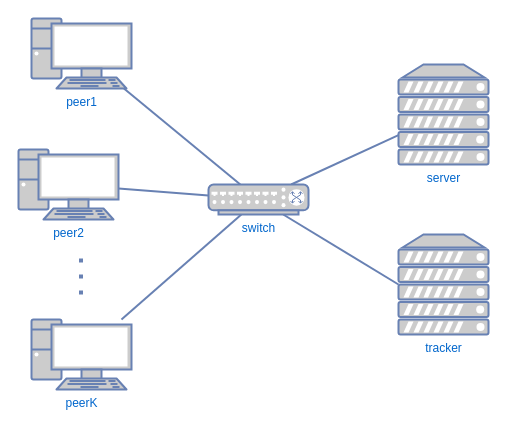
nan-af/sproj keeps this draw.io diagram as SingleSwitchTopology.drawio. Above is the earlier version. Source tidied: cells renumbered, new cells numbered last; positions are measured from the earlier drawing's top-left corner, leaving out a move shared by most shapes. Both pictures are drawn from the tidied source at 100%, with x=0, y=0 at pixel (18, 18).
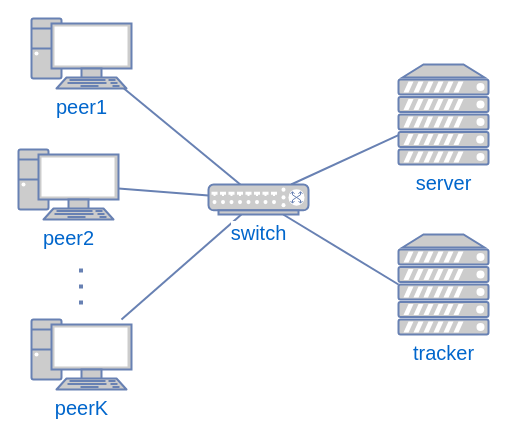
The same page after the edit.

Commit message:
Increase font size

Change to the diagram source:
```diff
@@
 <mxGraphModel>
   <root>
     <mxCell id="0" />
     <mxCell id="1" parent="0" />
-    <mxCell id="2" value="server" style="fontColor=#0066CC;verticalAlign=top;verticalLabelPosition=bottom;labelPosition=center;align=center;html=1;fillColor=#CCCCCC;strokeColor=#6881B3;gradientColor=none;gradientDirection=north;strokeWidth=2;shape=mxgraph.networks.server;rounded=1;shadow=0;comic=0;labelBackgroundColor=#ffffff;" parent="1" vertex="1">
+    <mxCell id="2" value="&lt;font style=&quot;font-size: 20px;&quot;&gt;server&lt;/font&gt;" style="fontColor=#0066CC;verticalAlign=top;verticalLabelPosition=bottom;labelPosition=center;align=center;html=1;fillColor=#CCCCCC;strokeColor=#6881B3;gradientColor=none;gradientDirection=north;strokeWidth=2;shape=mxgraph.networks.server;rounded=1;shadow=0;comic=0;labelBackgroundColor=#ffffff;" parent="1" vertex="1">
       <mxGeometry x="380" y="46" width="90" height="100" as="geometry" />
     </mxCell>
     <mxCell id="3" style="edgeStyle=none;html=1;labelBackgroundColor=none;endArrow=none;strokeWidth=2;fontFamily=Verdana;fontSize=28;fontColor=#0066CC;rounded=0;strokeColor=#6881B3;" parent="1" edge="1" source="8" target="9">
       <mxGeometry relative="1" as="geometry" />
     </mxCell>
     <mxCell id="4" style="edgeStyle=none;html=1;labelBackgroundColor=none;endArrow=none;strokeWidth=2;fontFamily=Verdana;fontSize=28;fontColor=#0066CC;rounded=0;strokeColor=#6881B3;" parent="1" edge="1" source="8" target="10">
       <mxGeometry relative="1" as="geometry" />
     </mxCell>
     <mxCell id="5" style="edgeStyle=none;html=1;labelBackgroundColor=none;endArrow=none;strokeWidth=2;fontFamily=Verdana;fontSize=28;fontColor=#0066CC;rounded=0;strokeColor=#6881B3;entryX=0;entryY=0.5;entryDx=0;entryDy=0;entryPerimeter=0;" parent="1" edge="1" source="8" target="12">
       <mxGeometry relative="1" as="geometry" />
     </mxCell>
     <mxCell id="6" style="edgeStyle=none;html=1;labelBackgroundColor=none;endArrow=none;strokeWidth=2;fontFamily=Verdana;fontSize=28;fontColor=#0066CC;rounded=0;strokeColor=#6881B3;" parent="1" edge="1" source="8" target="11">
       <mxGeometry relative="1" as="geometry" />
     </mxCell>
     <mxCell id="7" style="edgeStyle=none;html=1;labelBackgroundColor=none;endArrow=none;strokeWidth=2;fontFamily=Verdana;fontSize=28;fontColor=#0066CC;rounded=0;strokeColor=#6881B3;" parent="1" edge="1" source="8" target="2">
       <mxGeometry relative="1" as="geometry" />
     </mxCell>
-    <mxCell id="8" value="switch" style="fontColor=#0066CC;verticalAlign=top;verticalLabelPosition=bottom;labelPosition=center;align=center;html=1;fillColor=#CCCCCC;strokeColor=#6881B3;gradientColor=none;gradientDirection=north;strokeWidth=2;shape=mxgraph.networks.switch;rounded=1;shadow=0;comic=0;labelBackgroundColor=#ffffff;" parent="1" vertex="1">
+    <mxCell id="8" value="&lt;font style=&quot;font-size: 20px;&quot;&gt;switch&lt;/font&gt;" style="fontColor=#0066CC;verticalAlign=top;verticalLabelPosition=bottom;labelPosition=center;align=center;html=1;fillColor=#CCCCCC;strokeColor=#6881B3;gradientColor=none;gradientDirection=north;strokeWidth=2;shape=mxgraph.networks.switch;rounded=1;shadow=0;comic=0;labelBackgroundColor=#ffffff;" parent="1" vertex="1">
       <mxGeometry x="190" y="166" width="100" height="30" as="geometry" />
     </mxCell>
-    <mxCell id="9" value="peer1" style="fontColor=#0066CC;verticalAlign=top;verticalLabelPosition=bottom;labelPosition=center;align=center;html=1;fillColor=#CCCCCC;strokeColor=#6881B3;gradientColor=none;gradientDirection=north;strokeWidth=2;shape=mxgraph.networks.pc;rounded=1;shadow=0;comic=0;labelBackgroundColor=#ffffff;" parent="1" vertex="1">
+    <mxCell id="9" value="&lt;font style=&quot;font-size: 20px;&quot;&gt;peer1&lt;/font&gt;" style="fontColor=#0066CC;verticalAlign=top;verticalLabelPosition=bottom;labelPosition=center;align=center;html=1;fillColor=#CCCCCC;strokeColor=#6881B3;gradientColor=none;gradientDirection=north;strokeWidth=2;shape=mxgraph.networks.pc;rounded=1;shadow=0;comic=0;labelBackgroundColor=#ffffff;" parent="1" vertex="1">
       <mxGeometry x="13" width="100" height="70" as="geometry" />
     </mxCell>
-    <mxCell id="10" value="peerK" style="fontColor=#0066CC;verticalAlign=top;verticalLabelPosition=bottom;labelPosition=center;align=center;html=1;fillColor=#CCCCCC;strokeColor=#6881B3;gradientColor=none;gradientDirection=north;strokeWidth=2;shape=mxgraph.networks.pc;rounded=1;shadow=0;comic=0;labelBackgroundColor=#ffffff;" parent="1" vertex="1">
+    <mxCell id="10" value="&lt;font style=&quot;font-size: 20px;&quot;&gt;peerK&lt;/font&gt;" style="fontColor=#0066CC;verticalAlign=top;verticalLabelPosition=bottom;labelPosition=center;align=center;html=1;fillColor=#CCCCCC;strokeColor=#6881B3;gradientColor=none;gradientDirection=north;strokeWidth=2;shape=mxgraph.networks.pc;rounded=1;shadow=0;comic=0;labelBackgroundColor=#ffffff;" parent="1" vertex="1">
       <mxGeometry x="13" y="301" width="100" height="70" as="geometry" />
     </mxCell>
-    <mxCell id="11" value="peer2" style="fontColor=#0066CC;verticalAlign=top;verticalLabelPosition=bottom;labelPosition=center;align=center;html=1;fillColor=#CCCCCC;strokeColor=#6881B3;gradientColor=none;gradientDirection=north;strokeWidth=2;shape=mxgraph.networks.pc;rounded=1;shadow=0;comic=0;labelBackgroundColor=#ffffff;" parent="1" vertex="1">
+    <mxCell id="11" value="&lt;font style=&quot;font-size: 20px;&quot;&gt;peer2&lt;/font&gt;" style="fontColor=#0066CC;verticalAlign=top;verticalLabelPosition=bottom;labelPosition=center;align=center;html=1;fillColor=#CCCCCC;strokeColor=#6881B3;gradientColor=none;gradientDirection=north;strokeWidth=2;shape=mxgraph.networks.pc;rounded=1;shadow=0;comic=0;labelBackgroundColor=#ffffff;" parent="1" vertex="1">
       <mxGeometry y="131" width="100" height="70" as="geometry" />
     </mxCell>
-    <mxCell id="12" value="tracker" style="fontColor=#0066CC;verticalAlign=top;verticalLabelPosition=bottom;labelPosition=center;align=center;html=1;fillColor=#CCCCCC;strokeColor=#6881B3;gradientColor=none;gradientDirection=north;strokeWidth=2;shape=mxgraph.networks.server;rounded=1;shadow=0;comic=0;labelBackgroundColor=#ffffff;" parent="1" vertex="1">
+    <mxCell id="12" value="&lt;font style=&quot;font-size: 20px;&quot;&gt;tracker&lt;/font&gt;" style="fontColor=#0066CC;verticalAlign=top;verticalLabelPosition=bottom;labelPosition=center;align=center;html=1;fillColor=#CCCCCC;strokeColor=#6881B3;gradientColor=none;gradientDirection=north;strokeWidth=2;shape=mxgraph.networks.server;rounded=1;shadow=0;comic=0;labelBackgroundColor=#ffffff;" parent="1" vertex="1">
       <mxGeometry x="380" y="216" width="90" height="100" as="geometry" />
     </mxCell>
     <mxCell id="13" style="endArrow=none;dashed=1;html=1;dashPattern=1 3;strokeWidth=4;rounded=0;strokeColor=#6881B3;" parent="1" edge="1">
       <mxGeometry relative="1" as="geometry">
-        <mxPoint x="62.5" y="276" as="sourcePoint" />
-        <mxPoint x="62.5" y="236" as="targetPoint" />
+        <mxPoint x="62.5" y="286" as="sourcePoint" />
+        <mxPoint x="62.5" y="246" as="targetPoint" />
       </mxGeometry>
     </mxCell>
   </root>
 </mxGraphModel>
```
